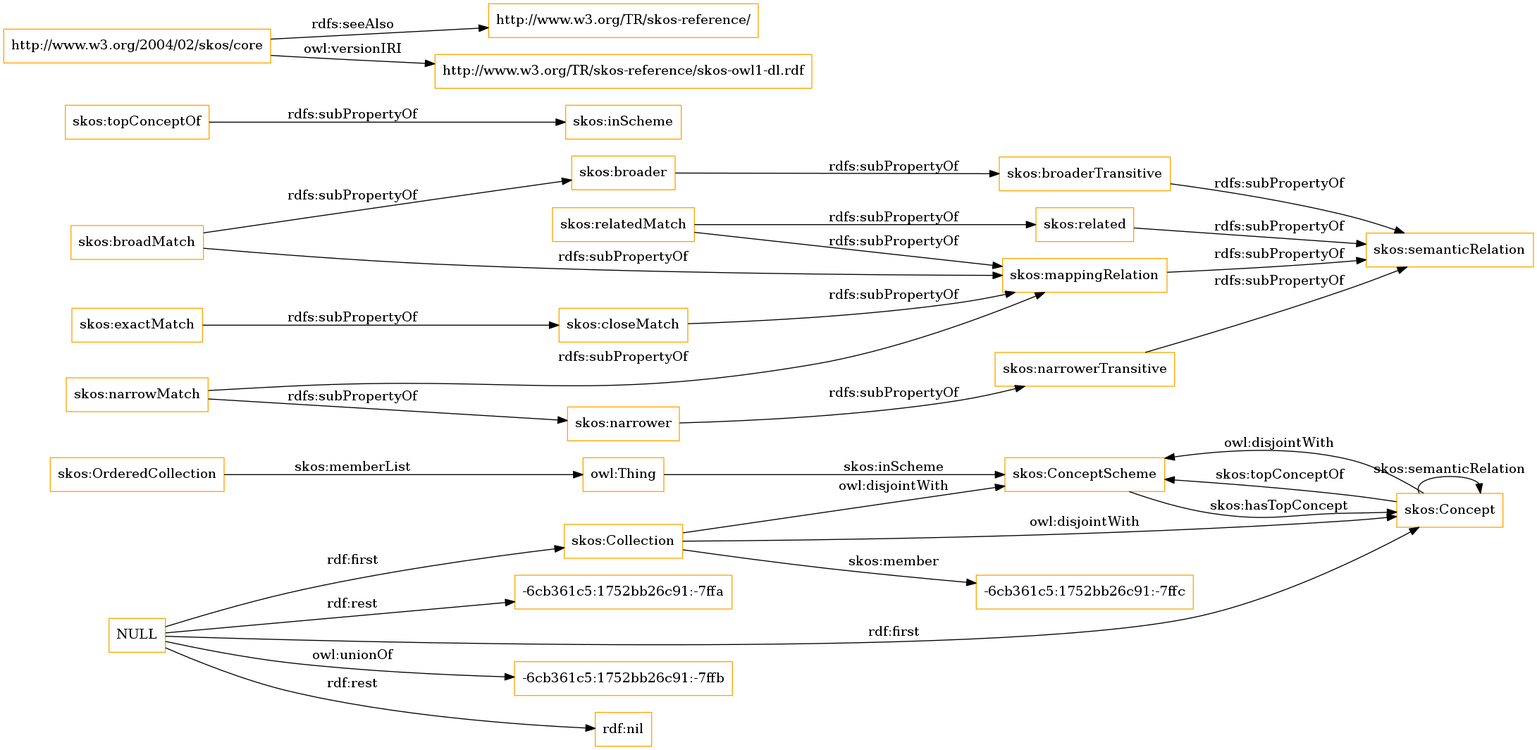
This is OnToology/imports/skos.owl/diagrams/ar2dtool-class/skos.owl.png from OnToologyUser/core-ontology-1, a Graphviz export, as it was before one commit. Its source is kept beside it as OnToology/imports/skos.owl/diagrams/ar2dtool-class/skos.owl.png.dot.
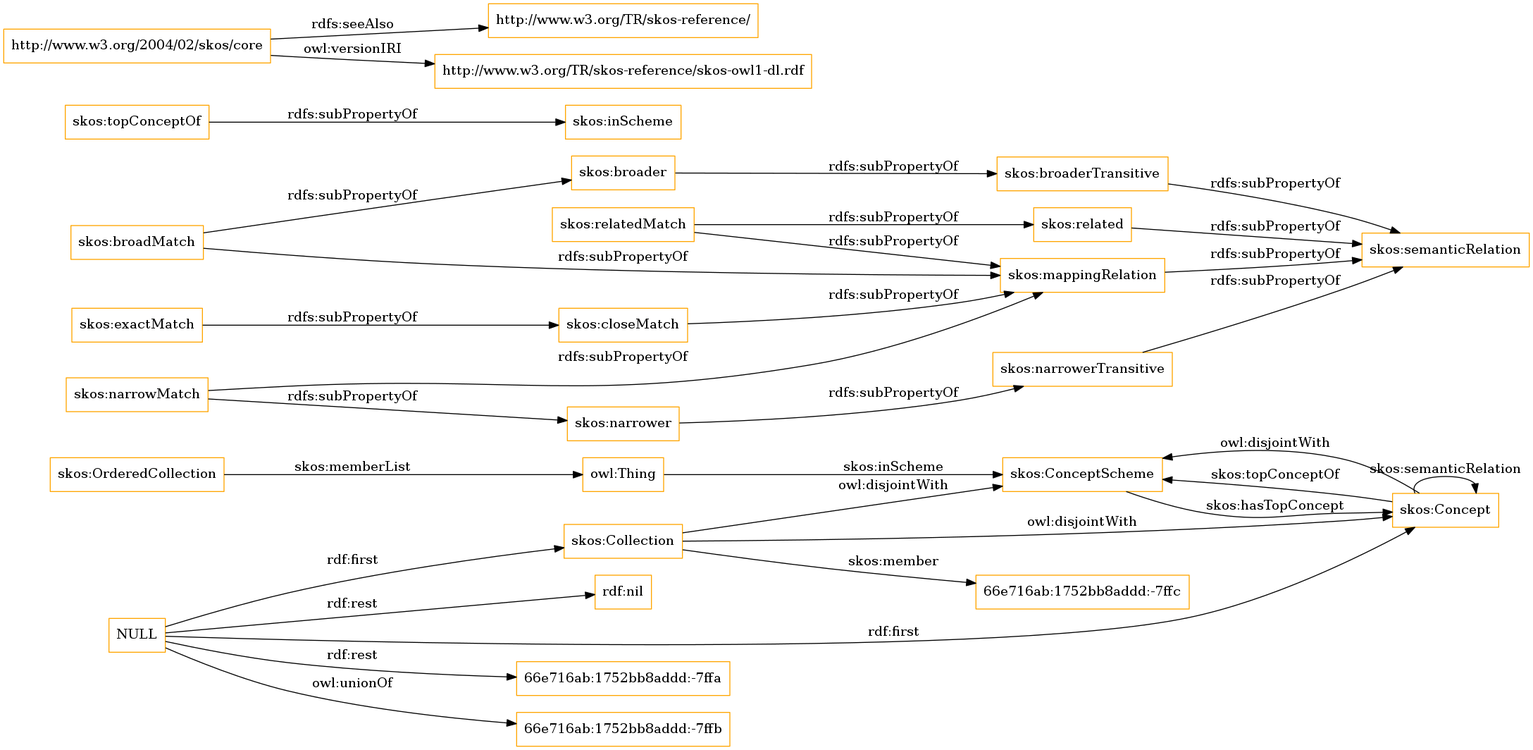
After the commit.

The edit, as a diff of the source:
```diff
@@ -1,13 +1,13 @@
 digraph ar2dtool_diagram {
 rankdir=LR;
 size="1501"
-node [shape = rectangle, color="orange"]; "skos:OrderedCollection" "skos:ConceptScheme" "skos:Concept" "skos:Collection" "-6cb361c5:1752bb26c91:-7ffc" ; /*classes style*/
+node [shape = rectangle, color="orange"]; "skos:OrderedCollection" "skos:ConceptScheme" "skos:Concept" "skos:Collection" "66e716ab:1752bb8addd:-7ffc" ; /*classes style*/
 	"skos:narrowerTransitive" -> "skos:semanticRelation" [ label = "rdfs:subPropertyOf" ];
-	"NULL" -> "-6cb361c5:1752bb26c91:-7ffb" [ label = "owl:unionOf" ];
+	"NULL" -> "66e716ab:1752bb8addd:-7ffa" [ label = "rdf:rest" ];
+	"NULL" -> "skos:Collection" [ label = "rdf:first" ];
+	"NULL" -> "66e716ab:1752bb8addd:-7ffb" [ label = "owl:unionOf" ];
 	"NULL" -> "rdf:nil" [ label = "rdf:rest" ];
 	"NULL" -> "skos:Concept" [ label = "rdf:first" ];
-	"NULL" -> "-6cb361c5:1752bb26c91:-7ffa" [ label = "rdf:rest" ];
-	"NULL" -> "skos:Collection" [ label = "rdf:first" ];
 	"skos:closeMatch" -> "skos:mappingRelation" [ label = "rdfs:subPropertyOf" ];
 	"skos:Concept" -> "skos:ConceptScheme" [ label = "owl:disjointWith" ];
 	"skos:relatedMatch" -> "skos:related" [ label = "rdfs:subPropertyOf" ];
@@ -30,7 +30,7 @@
 	"skos:OrderedCollection" -> "owl:Thing" [ label = "skos:memberList" ];
 	"skos:Concept" -> "skos:ConceptScheme" [ label = "skos:topConceptOf" ];
 	"skos:Concept" -> "skos:Concept" [ label = "skos:semanticRelation" ];
-	"skos:Collection" -> "-6cb361c5:1752bb26c91:-7ffc" [ label = "skos:member" ];
+	"skos:Collection" -> "66e716ab:1752bb8addd:-7ffc" [ label = "skos:member" ];
 	"skos:ConceptScheme" -> "skos:Concept" [ label = "skos:hasTopConcept" ];
 	"owl:Thing" -> "skos:ConceptScheme" [ label = "skos:inScheme" ];
 
```
